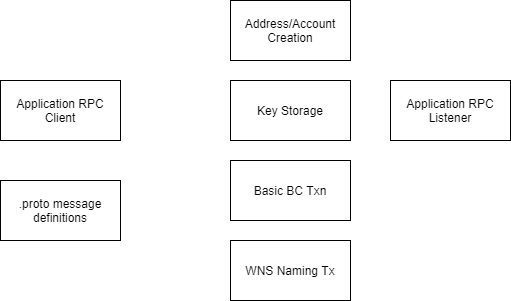
Earlier version of the draw.io export docs/content/diagrams/wallet-system.png (wirelineio/cluny). Source tidied: cells renumbered, new cells last; positions are measured from the earlier drawing's top-left corner, leaving out a move shared by most shapes.
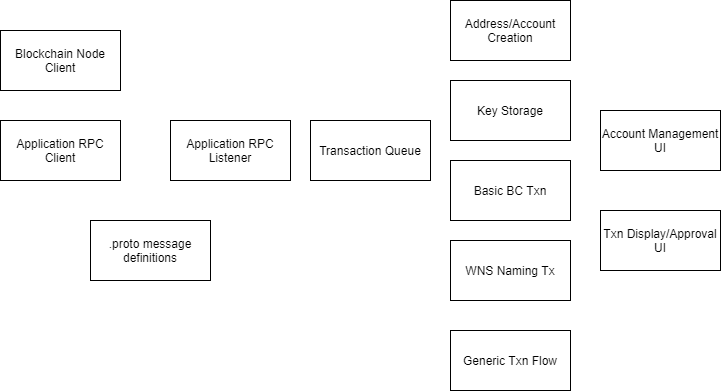
After the commit.

What changed in the source:
```diff
@@ -15,13 +15,28 @@
       <mxGeometry x="230" y="240" width="120" height="60" as="geometry" />
     </mxCell>
     <mxCell id="6" value="Application RPC Listener" style="rounded=0;whiteSpace=wrap;html=1;" parent="1" vertex="1">
-      <mxGeometry x="390" y="80" width="120" height="60" as="geometry" />
+      <mxGeometry x="-50" y="120" width="120" height="60" as="geometry" />
     </mxCell>
     <mxCell id="7" value="Application RPC Client" style="rounded=0;whiteSpace=wrap;html=1;" parent="1" vertex="1">
-      <mxGeometry y="80" width="120" height="60" as="geometry" />
+      <mxGeometry x="-220" y="120" width="120" height="60" as="geometry" />
     </mxCell>
     <mxCell id="8" value=".proto message definitions" style="rounded=0;whiteSpace=wrap;html=1;" parent="1" vertex="1">
-      <mxGeometry y="180" width="120" height="60" as="geometry" />
+      <mxGeometry x="-130" y="220" width="120" height="60" as="geometry" />
     </mxCell>
+    <mxCell id="9" value="Transaction Queue" style="rounded=0;whiteSpace=wrap;html=1;" parent="1" vertex="1">
+      <mxGeometry x="90" y="120" width="120" height="60" as="geometry" />
+    </mxCell>
+    <mxCell id="10" value="Blockchain Node Client" style="rounded=0;whiteSpace=wrap;html=1;" parent="1" vertex="1">
+      <mxGeometry x="-220" y="30" width="120" height="60" as="geometry" />
+    </mxCell>
+    <mxCell id="11" value="Account Management UI" style="rounded=0;whiteSpace=wrap;html=1;" parent="1" vertex="1">
+      <mxGeometry x="380" y="110" width="120" height="60" as="geometry" />
+    </mxCell>
+    <mxCell id="12" value="Txn Display/Approval UI" style="rounded=0;whiteSpace=wrap;html=1;" parent="1" vertex="1">
+      <mxGeometry x="380" y="210" width="120" height="60" as="geometry" />
+    </mxCell>
+    <mxCell id="13" value="Generic Txn Flow" style="rounded=0;whiteSpace=wrap;html=1;" parent="1" vertex="1">
+      <mxGeometry x="230" y="330" width="120" height="60" as="geometry" />
+    </mxCell>
   </root>
 </mxGraphModel>
```
